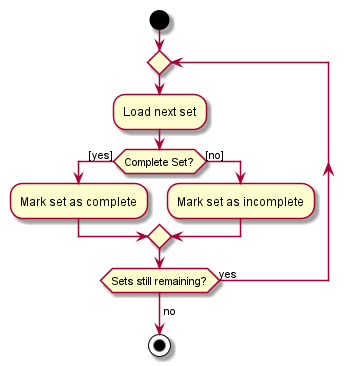
The PlantUML diagram docs/images/developer-guide/session/StartStopActivityDiagram.png in nus-cs2103-AY1920S2/addressbook-level3, before a commit.
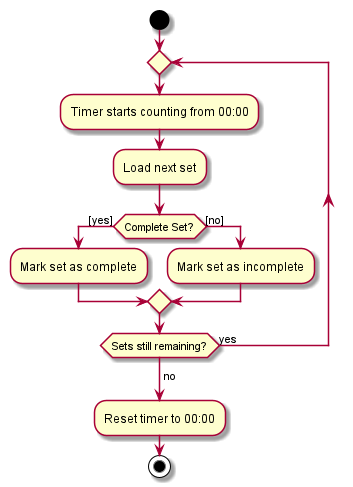
The same file after the commit.

Commit message:
Update activity diagram

The edit, as a diff of the source:
```diff
@@ -1,8 +1,8 @@
 @startuml
 start
 
-
 repeat
+:Timer starts counting from 00:00;
 :Load next set;
     if (Complete Set?) then ([yes])
         :Mark set as complete;
@@ -12,5 +12,6 @@
 
 repeat while (Sets still remaining?) is (yes)
 ->no;
+:Reset timer to 00:00;
 stop
 @enduml
```
